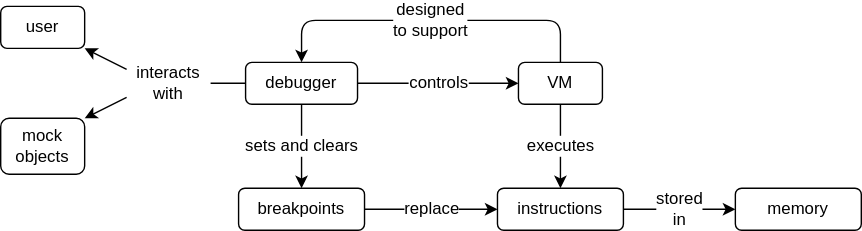
The draw.io diagram sdxpy/debugger/concept_map.svg in gvwilson/thirdbit, before a commit. Source tidied: cells renumbered, new cells last; positions are measured from the earlier drawing's top-left corner, leaving out a move shared by most shapes. Its diagram source:
```xml
<mxGraphModel>
  <root>
    <mxCell id="0" />
    <mxCell id="1" parent="0" />
    <mxCell id="2" value="user" style="rounded=1;whiteSpace=wrap;html=1;fontFamily=Verdana;fillColor=none;fontSize=12;" parent="1" vertex="1">
      <mxGeometry width="60" height="30" as="geometry" />
    </mxCell>
    <mxCell id="3" value="mock&lt;br style=&quot;font-size: 12px;&quot;&gt;objects" style="rounded=1;whiteSpace=wrap;html=1;fontFamily=Verdana;fillColor=none;fontSize=12;" parent="1" vertex="1">
      <mxGeometry y="80" width="60" height="40" as="geometry" />
    </mxCell>
    <mxCell id="4" value="debugger" style="rounded=1;whiteSpace=wrap;html=1;fontFamily=Verdana;fillColor=none;fontSize=12;" parent="1" vertex="1">
      <mxGeometry x="175" y="40" width="80" height="30" as="geometry" />
    </mxCell>
    <mxCell id="5" value="VM" style="rounded=1;whiteSpace=wrap;html=1;fontFamily=Verdana;fillColor=none;fontSize=12;" parent="1" vertex="1">
      <mxGeometry x="370" y="40" width="60" height="30" as="geometry" />
    </mxCell>
    <mxCell id="6" value="breakpoints" style="rounded=1;whiteSpace=wrap;html=1;fontFamily=Verdana;fillColor=none;fontSize=12;" parent="1" vertex="1">
      <mxGeometry x="170" y="130" width="90" height="30" as="geometry" />
    </mxCell>
    <mxCell id="7" value="instructions" style="rounded=1;whiteSpace=wrap;html=1;fontFamily=Verdana;fillColor=none;fontSize=12;" parent="1" vertex="1">
      <mxGeometry x="355" y="130" width="90" height="30" as="geometry" />
    </mxCell>
    <mxCell id="8" value="memory" style="rounded=1;whiteSpace=wrap;html=1;fontFamily=Verdana;fillColor=none;fontSize=12;" parent="1" vertex="1">
      <mxGeometry x="525" y="130" width="90" height="30" as="geometry" />
    </mxCell>
    <mxCell id="9" value="&lt;font style=&quot;font-size: 12px;&quot;&gt;controls&lt;/font&gt;" style="endArrow=classic;html=1;rounded=0;fontFamily=Verdana;exitX=1;exitY=0.5;exitDx=0;exitDy=0;entryX=0;entryY=0.5;entryDx=0;entryDy=0;fontSize=12;" parent="1" edge="1" source="4" target="5">
      <mxGeometry relative="1" as="geometry" />
    </mxCell>
    <mxCell id="10" value="&lt;font style=&quot;font-size: 12px;&quot;&gt;replace&lt;/font&gt;" style="endArrow=classic;html=1;rounded=0;fontFamily=Verdana;exitX=1;exitY=0.5;exitDx=0;exitDy=0;entryX=0;entryY=0.5;entryDx=0;entryDy=0;fontSize=12;" parent="1" edge="1" source="6" target="7">
      <mxGeometry relative="1" as="geometry" />
    </mxCell>
    <mxCell id="11" value="&lt;font style=&quot;font-size: 12px;&quot;&gt;sets and clears&lt;/font&gt;" style="endArrow=classic;html=1;rounded=0;fontFamily=Verdana;exitX=0.5;exitY=1;exitDx=0;exitDy=0;entryX=0.5;entryY=0;entryDx=0;entryDy=0;fontSize=12;" parent="1" edge="1" source="4" target="6">
      <mxGeometry relative="1" as="geometry" />
    </mxCell>
    <mxCell id="12" value="&lt;font style=&quot;font-size: 12px;&quot;&gt;executes&lt;/font&gt;" style="endArrow=classic;html=1;rounded=0;fontFamily=Verdana;exitX=0.5;exitY=1;exitDx=0;exitDy=0;entryX=0.5;entryY=0;entryDx=0;entryDy=0;fontSize=12;" parent="1" edge="1" source="5" target="7">
      <mxGeometry relative="1" as="geometry" />
    </mxCell>
    <mxCell id="13" value="&lt;font style=&quot;font-size: 12px;&quot;&gt;stored&lt;br style=&quot;font-size: 12px;&quot;&gt;in&lt;br style=&quot;font-size: 12px;&quot;&gt;&lt;/font&gt;" style="endArrow=classic;html=1;rounded=0;fontFamily=Verdana;entryX=0;entryY=0.5;entryDx=0;entryDy=0;exitX=1;exitY=0.5;exitDx=0;exitDy=0;fontSize=12;" parent="1" edge="1" source="7" target="8">
      <mxGeometry relative="1" as="geometry" />
    </mxCell>
    <mxCell id="14" value="designed&lt;br style=&quot;font-size: 12px;&quot;&gt;to support" style="endArrow=classic;html=1;rounded=1;fontFamily=Verdana;fontSize=12;exitX=0.5;exitY=0;exitDx=0;exitDy=0;entryX=0.5;entryY=0;entryDx=0;entryDy=0;" parent="1" edge="1" source="5" target="4">
      <mxGeometry relative="1" as="geometry">
        <Array as="points">
          <mxPoint x="400" y="10" />
          <mxPoint x="215" y="10" />
        </Array>
      </mxGeometry>
    </mxCell>
    <mxCell id="15" value="interacts&lt;br style=&quot;font-size: 12px;&quot;&gt;with" style="text;html=1;strokeColor=none;fillColor=none;align=center;verticalAlign=middle;whiteSpace=wrap;rounded=0;fontFamily=Verdana;fontSize=12;" parent="1" vertex="1">
      <mxGeometry x="90" y="35" width="60" height="40" as="geometry" />
    </mxCell>
    <mxCell id="16" style="endArrow=none;html=1;rounded=1;fontFamily=Verdana;fontSize=12;exitX=1;exitY=0.5;exitDx=0;exitDy=0;entryX=0;entryY=0.5;entryDx=0;entryDy=0;" parent="1" edge="1" source="15" target="4">
      <mxGeometry relative="1" as="geometry" />
    </mxCell>
    <mxCell id="17" style="endArrow=classic;html=1;rounded=1;fontFamily=Verdana;fontSize=12;entryX=1;entryY=1;entryDx=0;entryDy=0;exitX=0;exitY=0.25;exitDx=0;exitDy=0;" parent="1" edge="1" source="15" target="2">
      <mxGeometry relative="1" as="geometry" />
    </mxCell>
    <mxCell id="18" style="endArrow=classic;html=1;rounded=1;fontFamily=Verdana;fontSize=12;entryX=1;entryY=0;entryDx=0;entryDy=0;exitX=0;exitY=0.75;exitDx=0;exitDy=0;" parent="1" edge="1" source="15" target="3">
      <mxGeometry relative="1" as="geometry" />
    </mxCell>
  </root>
</mxGraphModel>
```
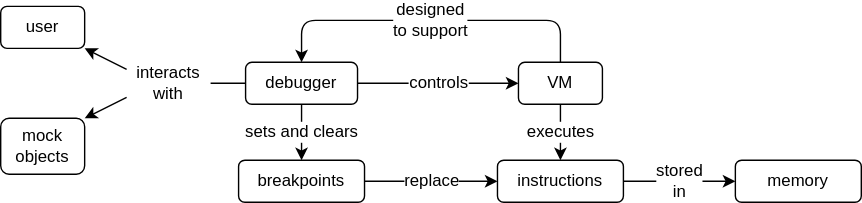
Above is the later version.

The edit, as a diff of the source:
```diff
@@ -2,43 +2,43 @@
   <root>
     <mxCell id="0" />
     <mxCell id="1" parent="0" />
-    <mxCell id="2" value="user" style="rounded=1;whiteSpace=wrap;html=1;fontFamily=Verdana;fillColor=none;fontSize=12;" parent="1" vertex="1">
+    <mxCell id="2" value="user" style="rounded=1;whiteSpace=wrap;html=1;fontFamily=Helvetica;fillColor=none;fontSize=12;" parent="1" vertex="1">
       <mxGeometry width="60" height="30" as="geometry" />
     </mxCell>
-    <mxCell id="3" value="mock&lt;br style=&quot;font-size: 12px;&quot;&gt;objects" style="rounded=1;whiteSpace=wrap;html=1;fontFamily=Verdana;fillColor=none;fontSize=12;" parent="1" vertex="1">
+    <mxCell id="3" value="mock&lt;br style=&quot;font-size: 12px;&quot;&gt;objects" style="rounded=1;whiteSpace=wrap;html=1;fontFamily=Helvetica;fillColor=none;fontSize=12;" parent="1" vertex="1">
       <mxGeometry y="80" width="60" height="40" as="geometry" />
     </mxCell>
-    <mxCell id="4" value="debugger" style="rounded=1;whiteSpace=wrap;html=1;fontFamily=Verdana;fillColor=none;fontSize=12;" parent="1" vertex="1">
+    <mxCell id="4" value="debugger" style="rounded=1;whiteSpace=wrap;html=1;fontFamily=Helvetica;fillColor=none;fontSize=12;" parent="1" vertex="1">
       <mxGeometry x="175" y="40" width="80" height="30" as="geometry" />
     </mxCell>
-    <mxCell id="5" value="VM" style="rounded=1;whiteSpace=wrap;html=1;fontFamily=Verdana;fillColor=none;fontSize=12;" parent="1" vertex="1">
+    <mxCell id="5" value="VM" style="rounded=1;whiteSpace=wrap;html=1;fontFamily=Helvetica;fillColor=none;fontSize=12;" parent="1" vertex="1">
       <mxGeometry x="370" y="40" width="60" height="30" as="geometry" />
     </mxCell>
-    <mxCell id="6" value="breakpoints" style="rounded=1;whiteSpace=wrap;html=1;fontFamily=Verdana;fillColor=none;fontSize=12;" parent="1" vertex="1">
-      <mxGeometry x="170" y="130" width="90" height="30" as="geometry" />
+    <mxCell id="6" value="breakpoints" style="rounded=1;whiteSpace=wrap;html=1;fontFamily=Helvetica;fillColor=none;fontSize=12;" parent="1" vertex="1">
+      <mxGeometry x="170" y="110" width="90" height="30" as="geometry" />
     </mxCell>
-    <mxCell id="7" value="instructions" style="rounded=1;whiteSpace=wrap;html=1;fontFamily=Verdana;fillColor=none;fontSize=12;" parent="1" vertex="1">
-      <mxGeometry x="355" y="130" width="90" height="30" as="geometry" />
+    <mxCell id="7" value="instructions" style="rounded=1;whiteSpace=wrap;html=1;fontFamily=Helvetica;fillColor=none;fontSize=12;" parent="1" vertex="1">
+      <mxGeometry x="355" y="110" width="90" height="30" as="geometry" />
     </mxCell>
-    <mxCell id="8" value="memory" style="rounded=1;whiteSpace=wrap;html=1;fontFamily=Verdana;fillColor=none;fontSize=12;" parent="1" vertex="1">
-      <mxGeometry x="525" y="130" width="90" height="30" as="geometry" />
+    <mxCell id="8" value="memory" style="rounded=1;whiteSpace=wrap;html=1;fontFamily=Helvetica;fillColor=none;fontSize=12;" parent="1" vertex="1">
+      <mxGeometry x="525" y="110" width="90" height="30" as="geometry" />
     </mxCell>
-    <mxCell id="9" value="&lt;font style=&quot;font-size: 12px;&quot;&gt;controls&lt;/font&gt;" style="endArrow=classic;html=1;rounded=0;fontFamily=Verdana;exitX=1;exitY=0.5;exitDx=0;exitDy=0;entryX=0;entryY=0.5;entryDx=0;entryDy=0;fontSize=12;" parent="1" edge="1" source="4" target="5">
+    <mxCell id="9" value="&lt;font style=&quot;font-size: 12px;&quot;&gt;controls&lt;/font&gt;" style="endArrow=classic;html=1;rounded=0;fontFamily=Helvetica;exitX=1;exitY=0.5;exitDx=0;exitDy=0;entryX=0;entryY=0.5;entryDx=0;entryDy=0;fontSize=12;" parent="1" edge="1" source="4" target="5">
       <mxGeometry relative="1" as="geometry" />
     </mxCell>
-    <mxCell id="10" value="&lt;font style=&quot;font-size: 12px;&quot;&gt;replace&lt;/font&gt;" style="endArrow=classic;html=1;rounded=0;fontFamily=Verdana;exitX=1;exitY=0.5;exitDx=0;exitDy=0;entryX=0;entryY=0.5;entryDx=0;entryDy=0;fontSize=12;" parent="1" edge="1" source="6" target="7">
+    <mxCell id="10" value="&lt;font style=&quot;font-size: 12px;&quot;&gt;replace&lt;/font&gt;" style="endArrow=classic;html=1;rounded=0;fontFamily=Helvetica;exitX=1;exitY=0.5;exitDx=0;exitDy=0;entryX=0;entryY=0.5;entryDx=0;entryDy=0;fontSize=12;" parent="1" edge="1" source="6" target="7">
       <mxGeometry relative="1" as="geometry" />
     </mxCell>
-    <mxCell id="11" value="&lt;font style=&quot;font-size: 12px;&quot;&gt;sets and clears&lt;/font&gt;" style="endArrow=classic;html=1;rounded=0;fontFamily=Verdana;exitX=0.5;exitY=1;exitDx=0;exitDy=0;entryX=0.5;entryY=0;entryDx=0;entryDy=0;fontSize=12;" parent="1" edge="1" source="4" target="6">
+    <mxCell id="11" value="&lt;font style=&quot;font-size: 12px;&quot;&gt;sets and clears&lt;/font&gt;" style="endArrow=classic;html=1;rounded=0;fontFamily=Helvetica;exitX=0.5;exitY=1;exitDx=0;exitDy=0;entryX=0.5;entryY=0;entryDx=0;entryDy=0;fontSize=12;" parent="1" edge="1" source="4" target="6">
       <mxGeometry relative="1" as="geometry" />
     </mxCell>
-    <mxCell id="12" value="&lt;font style=&quot;font-size: 12px;&quot;&gt;executes&lt;/font&gt;" style="endArrow=classic;html=1;rounded=0;fontFamily=Verdana;exitX=0.5;exitY=1;exitDx=0;exitDy=0;entryX=0.5;entryY=0;entryDx=0;entryDy=0;fontSize=12;" parent="1" edge="1" source="5" target="7">
+    <mxCell id="12" value="&lt;font style=&quot;font-size: 12px;&quot;&gt;executes&lt;/font&gt;" style="endArrow=classic;html=1;rounded=0;fontFamily=Helvetica;exitX=0.5;exitY=1;exitDx=0;exitDy=0;entryX=0.5;entryY=0;entryDx=0;entryDy=0;fontSize=12;" parent="1" edge="1" source="5" target="7">
       <mxGeometry relative="1" as="geometry" />
     </mxCell>
-    <mxCell id="13" value="&lt;font style=&quot;font-size: 12px;&quot;&gt;stored&lt;br style=&quot;font-size: 12px;&quot;&gt;in&lt;br style=&quot;font-size: 12px;&quot;&gt;&lt;/font&gt;" style="endArrow=classic;html=1;rounded=0;fontFamily=Verdana;entryX=0;entryY=0.5;entryDx=0;entryDy=0;exitX=1;exitY=0.5;exitDx=0;exitDy=0;fontSize=12;" parent="1" edge="1" source="7" target="8">
+    <mxCell id="13" value="&lt;font style=&quot;font-size: 12px;&quot;&gt;stored&lt;br style=&quot;font-size: 12px;&quot;&gt;in&lt;br style=&quot;font-size: 12px;&quot;&gt;&lt;/font&gt;" style="endArrow=classic;html=1;rounded=0;fontFamily=Helvetica;entryX=0;entryY=0.5;entryDx=0;entryDy=0;exitX=1;exitY=0.5;exitDx=0;exitDy=0;fontSize=12;" parent="1" edge="1" source="7" target="8">
       <mxGeometry relative="1" as="geometry" />
     </mxCell>
-    <mxCell id="14" value="designed&lt;br style=&quot;font-size: 12px;&quot;&gt;to support" style="endArrow=classic;html=1;rounded=1;fontFamily=Verdana;fontSize=12;exitX=0.5;exitY=0;exitDx=0;exitDy=0;entryX=0.5;entryY=0;entryDx=0;entryDy=0;" parent="1" edge="1" source="5" target="4">
+    <mxCell id="14" value="designed&lt;br style=&quot;font-size: 12px;&quot;&gt;to support" style="endArrow=classic;html=1;rounded=1;fontFamily=Helvetica;fontSize=12;exitX=0.5;exitY=0;exitDx=0;exitDy=0;entryX=0.5;entryY=0;entryDx=0;entryDy=0;" parent="1" edge="1" source="5" target="4">
       <mxGeometry relative="1" as="geometry">
         <Array as="points">
           <mxPoint x="400" y="10" />
@@ -46,16 +46,16 @@
         </Array>
       </mxGeometry>
     </mxCell>
-    <mxCell id="15" value="interacts&lt;br style=&quot;font-size: 12px;&quot;&gt;with" style="text;html=1;strokeColor=none;fillColor=none;align=center;verticalAlign=middle;whiteSpace=wrap;rounded=0;fontFamily=Verdana;fontSize=12;" parent="1" vertex="1">
+    <mxCell id="15" value="interacts&lt;br style=&quot;font-size: 12px;&quot;&gt;with" style="text;html=1;strokeColor=none;fillColor=none;align=center;verticalAlign=middle;whiteSpace=wrap;rounded=0;fontFamily=Helvetica;fontSize=12;" parent="1" vertex="1">
       <mxGeometry x="90" y="35" width="60" height="40" as="geometry" />
     </mxCell>
-    <mxCell id="16" style="endArrow=none;html=1;rounded=1;fontFamily=Verdana;fontSize=12;exitX=1;exitY=0.5;exitDx=0;exitDy=0;entryX=0;entryY=0.5;entryDx=0;entryDy=0;" parent="1" edge="1" source="15" target="4">
+    <mxCell id="16" style="endArrow=none;html=1;rounded=1;fontFamily=Helvetica;fontSize=12;exitX=1;exitY=0.5;exitDx=0;exitDy=0;entryX=0;entryY=0.5;entryDx=0;entryDy=0;" parent="1" edge="1" source="15" target="4">
       <mxGeometry relative="1" as="geometry" />
     </mxCell>
-    <mxCell id="17" style="endArrow=classic;html=1;rounded=1;fontFamily=Verdana;fontSize=12;entryX=1;entryY=1;entryDx=0;entryDy=0;exitX=0;exitY=0.25;exitDx=0;exitDy=0;" parent="1" edge="1" source="15" target="2">
+    <mxCell id="17" style="endArrow=classic;html=1;rounded=1;fontFamily=Helvetica;fontSize=12;entryX=1;entryY=1;entryDx=0;entryDy=0;exitX=0;exitY=0.25;exitDx=0;exitDy=0;" parent="1" edge="1" source="15" target="2">
       <mxGeometry relative="1" as="geometry" />
     </mxCell>
-    <mxCell id="18" style="endArrow=classic;html=1;rounded=1;fontFamily=Verdana;fontSize=12;entryX=1;entryY=0;entryDx=0;entryDy=0;exitX=0;exitY=0.75;exitDx=0;exitDy=0;" parent="1" edge="1" source="15" target="3">
+    <mxCell id="18" style="endArrow=classic;html=1;rounded=1;fontFamily=Helvetica;fontSize=12;entryX=1;entryY=0;entryDx=0;entryDy=0;exitX=0;exitY=0.75;exitDx=0;exitDy=0;" parent="1" edge="1" source="15" target="3">
       <mxGeometry relative="1" as="geometry" />
     </mxCell>
   </root>
```
